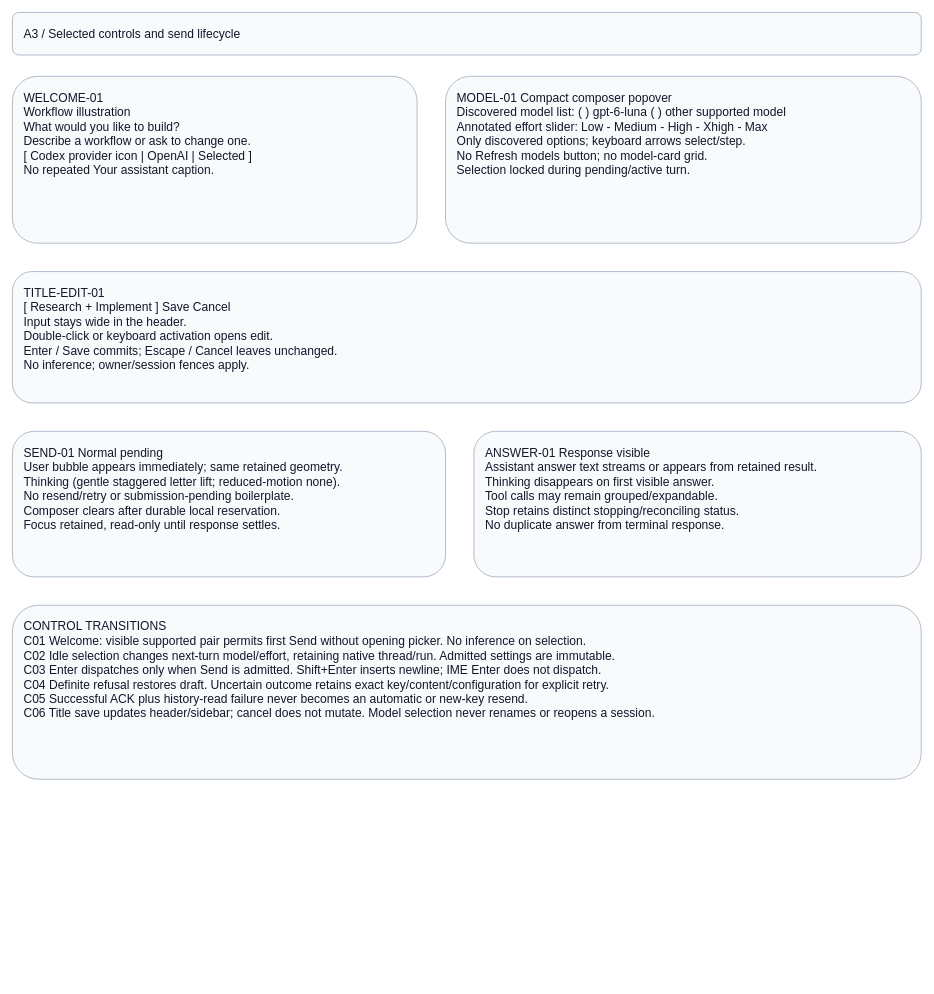
Earlier version of the draw.io diagram page "A3 - Composer and title controls" (3 of 4) of projects/laomedo/subsystems/agent-execution/design/application-assistant.drawio (amadou-6e/specs). Source tidied: cells renumbered, new cells numbered last; positions are measured from the earlier drawing's top-left corner, leaving out a move shared by most shapes. Both pictures are drawn from the tidied source at 71%, with x=0, y=0 at pixel (12, 12).
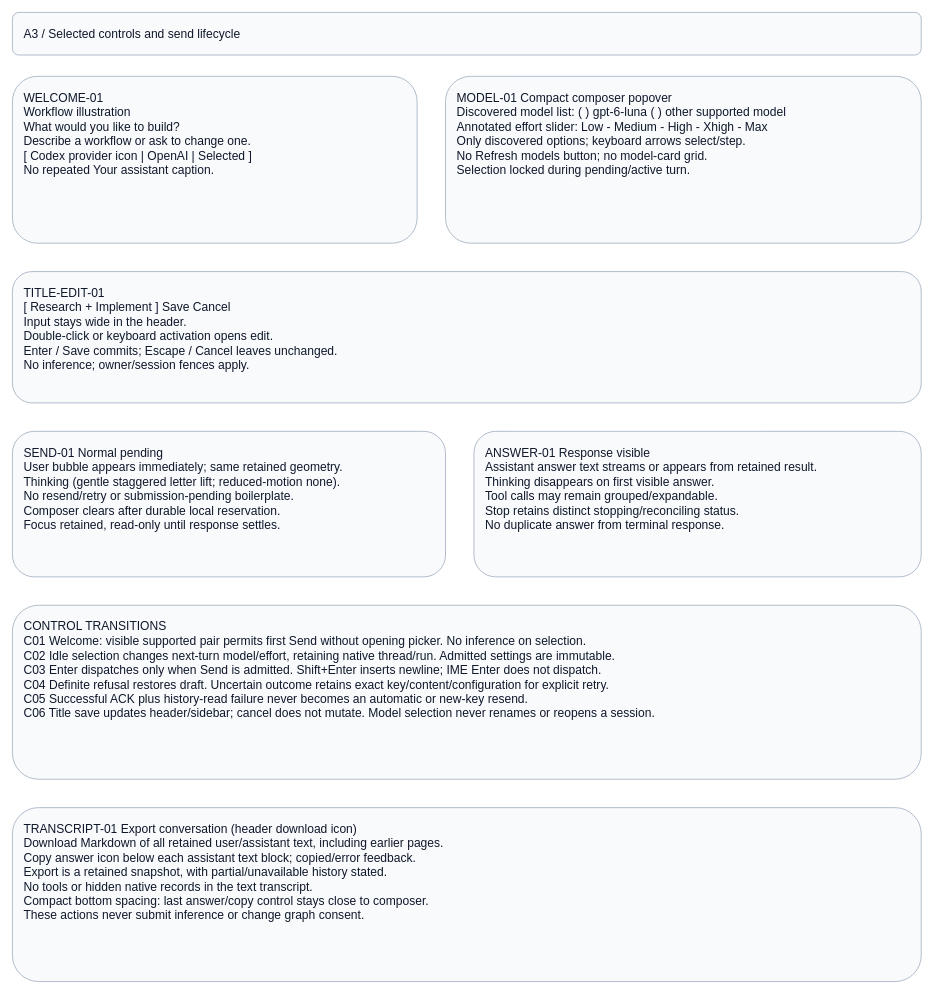
The same page after the edit.

Commit message (it also covers changes not shown here):
docs: specify assistant transcript controls and compact spacing

Change to the diagram source:
```diff
@@
 <mxGraphModel>
   <root>
     <mxCell id="0" />
     <mxCell id="1" parent="0" />
     <mxCell id="2" value="A3 / Selected controls and send lifecycle" style="rounded=1;whiteSpace=wrap;html=0;fillColor=#f8fafc;strokeColor=#94a3b8;fontColor=#0f172a;fontFamily=Arial;fontSize=17;align=left;verticalAlign=top;spacing=16;" parent="1" vertex="1">
       <mxGeometry width="1280" height="60" as="geometry" />
     </mxCell>
     <mxCell id="3" value="WELCOME-01&#10;Workflow illustration&#10;What would you like to build?&#10;Describe a workflow or ask to change one.&#10;[ Codex provider icon | OpenAI | Selected ]&#10;No repeated Your assistant caption." style="rounded=1;whiteSpace=wrap;html=0;fillColor=#f8fafc;strokeColor=#94a3b8;fontColor=#0f172a;fontFamily=Arial;fontSize=17;align=left;verticalAlign=top;spacing=16;" parent="1" vertex="1">
       <mxGeometry y="90" width="570" height="235" as="geometry" />
     </mxCell>
     <mxCell id="4" value="MODEL-01  Compact composer popover&#10;Discovered model list: ( ) gpt-6-luna  ( ) other supported model&#10;Annotated effort slider: Low - Medium - High - Xhigh - Max&#10;Only discovered options; keyboard arrows select/step.&#10;No Refresh models button; no model-card grid.&#10;Selection locked during pending/active turn." style="rounded=1;whiteSpace=wrap;html=0;fillColor=#f8fafc;strokeColor=#94a3b8;fontColor=#0f172a;fontFamily=Arial;fontSize=17;align=left;verticalAlign=top;spacing=16;" parent="1" vertex="1">
       <mxGeometry x="610" y="90" width="670" height="235" as="geometry" />
     </mxCell>
     <mxCell id="5" value="TITLE-EDIT-01&#10;[ Research + Implement                               ] Save  Cancel&#10;Input stays wide in the header.&#10;Double-click or keyboard activation opens edit.&#10;Enter / Save commits; Escape / Cancel leaves unchanged.&#10;No inference; owner/session fences apply." style="rounded=1;whiteSpace=wrap;html=0;fillColor=#f8fafc;strokeColor=#94a3b8;fontColor=#0f172a;fontFamily=Arial;fontSize=17;align=left;verticalAlign=top;spacing=16;" parent="1" vertex="1">
       <mxGeometry y="365" width="1280" height="185" as="geometry" />
     </mxCell>
     <mxCell id="6" value="SEND-01  Normal pending&#10;User bubble appears immediately; same retained geometry.&#10;Thinking (gentle staggered letter lift; reduced-motion none).&#10;No resend/retry or submission-pending boilerplate.&#10;Composer clears after durable local reservation.&#10;Focus retained, read-only until response settles." style="rounded=1;whiteSpace=wrap;html=0;fillColor=#f8fafc;strokeColor=#94a3b8;fontColor=#0f172a;fontFamily=Arial;fontSize=17;align=left;verticalAlign=top;spacing=16;" parent="1" vertex="1">
       <mxGeometry y="590" width="610" height="205" as="geometry" />
     </mxCell>
     <mxCell id="7" value="ANSWER-01  Response visible&#10;Assistant answer text streams or appears from retained result.&#10;Thinking disappears on first visible answer.&#10;Tool calls may remain grouped/expandable.&#10;Stop retains distinct stopping/reconciling status.&#10;No duplicate answer from terminal response." style="rounded=1;whiteSpace=wrap;html=0;fillColor=#f8fafc;strokeColor=#94a3b8;fontColor=#0f172a;fontFamily=Arial;fontSize=17;align=left;verticalAlign=top;spacing=16;" parent="1" vertex="1">
       <mxGeometry x="650" y="590" width="630" height="205" as="geometry" />
     </mxCell>
     <mxCell id="8" value="CONTROL TRANSITIONS&#10;C01 Welcome: visible supported pair permits first Send without opening picker. No inference on selection.&#10;C02 Idle selection changes next-turn model/effort, retaining native thread/run. Admitted settings are immutable.&#10;C03 Enter dispatches only when Send is admitted. Shift+Enter inserts newline; IME Enter does not dispatch.&#10;C04 Definite refusal restores draft. Uncertain outcome retains exact key/content/configuration for explicit retry.&#10;C05 Successful ACK plus history-read failure never becomes an automatic or new-key resend.&#10;C06 Title save updates header/sidebar; cancel does not mutate. Model selection never renames or reopens a session." style="rounded=1;whiteSpace=wrap;html=0;fillColor=#f8fafc;strokeColor=#94a3b8;fontColor=#0f172a;fontFamily=Arial;fontSize=17;align=left;verticalAlign=top;spacing=16;" parent="1" vertex="1">
       <mxGeometry y="835" width="1280" height="245" as="geometry" />
     </mxCell>
+    <mxCell id="9" value="TRANSCRIPT-01  Export conversation (header download icon)&#10;Download Markdown of all retained user/assistant text, including earlier pages.&#10;Copy answer icon below each assistant text block; copied/error feedback.&#10;Export is a retained snapshot, with partial/unavailable history stated.&#10;No tools or hidden native records in the text transcript.&#10;Compact bottom spacing: last answer/copy control stays close to composer.&#10;These actions never submit inference or change graph consent." style="rounded=1;whiteSpace=wrap;html=0;fillColor=#f8fafc;strokeColor=#94a3b8;fontColor=#0f172a;fontFamily=Arial;fontSize=17;align=left;verticalAlign=top;spacing=16;" parent="1" vertex="1">
+      <mxGeometry y="1120" width="1280" height="245" as="geometry" />
+    </mxCell>
   </root>
 </mxGraphModel>
```
